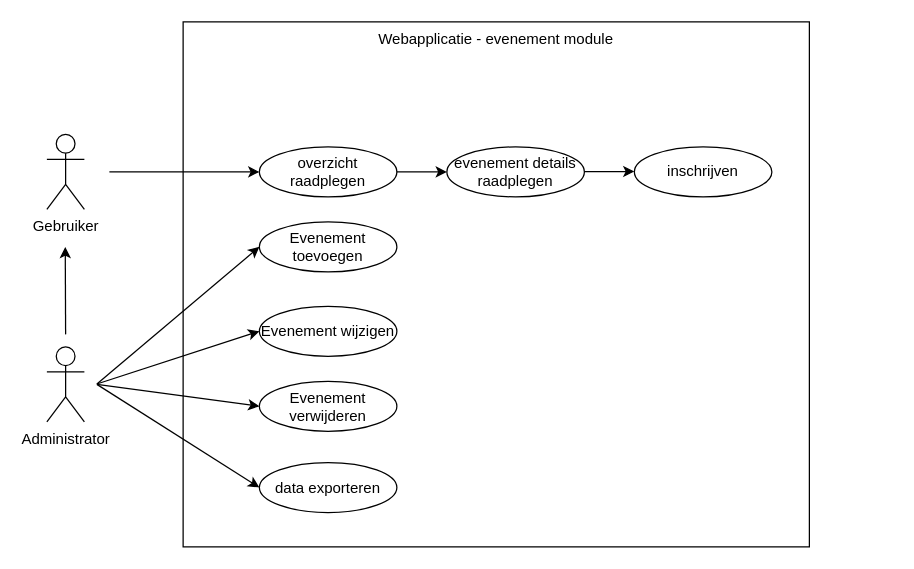
Above: Analyse/usecase_evenement.drawio in DDaems/startspeler (draw.io), before the change. Source tidied: cells renumbered, new cells numbered last; positions are measured from the earlier drawing's top-left corner, leaving out a move shared by most shapes. Both pictures are drawn from the tidied source at 125%, with x=0, y=0 at pixel (46, 21).
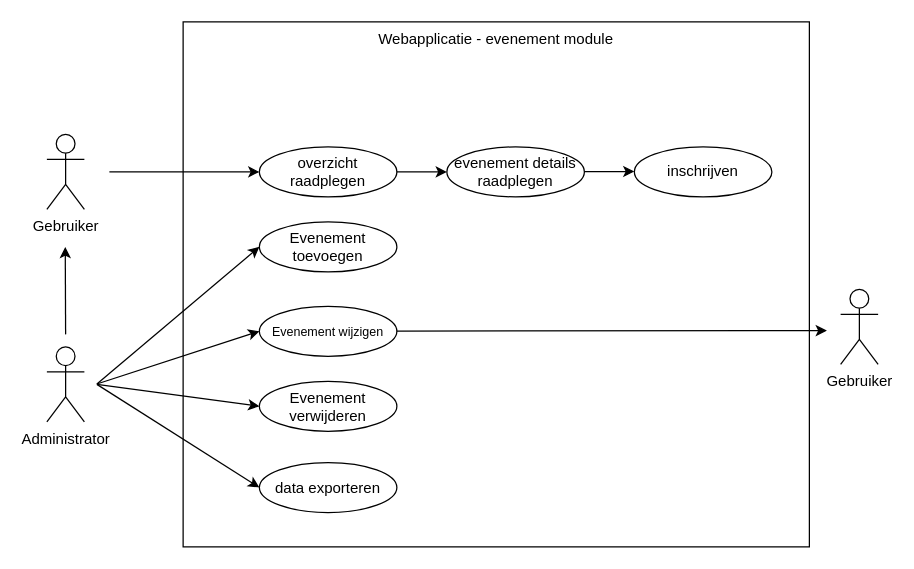
The same diagram, later.

Change to the diagram source:
```diff
@@
-    <mxCell id="12" value="Evenement wijzigen" style="ellipse;whiteSpace=wrap;html=1;" parent="1" vertex="1">
+    <mxCell id="12" value="Evenement wijzigen" style="ellipse;whiteSpace=wrap;html=1;fontSize=10;" parent="1" vertex="1">
       <mxGeometry x="170" y="227.5" width="110" height="40" as="geometry" />
     </mxCell>
@@
+    <mxCell id="20" value="Gebruiker" style="shape=umlActor;verticalLabelPosition=bottom;verticalAlign=top;html=1;" parent="1" vertex="1">
+      <mxGeometry x="635" y="214" width="30" height="60" as="geometry" />
+    </mxCell>
+    <mxCell id="21" style="endArrow=classic;html=1;exitX=1;exitY=0.5;exitDx=0;exitDy=0;" parent="1" edge="1">
+      <mxGeometry relative="1" as="geometry">
+        <mxPoint x="280" y="247.3" as="sourcePoint" />
+        <mxPoint x="624" y="247" as="targetPoint" />
+      </mxGeometry>
+    </mxCell>
```
